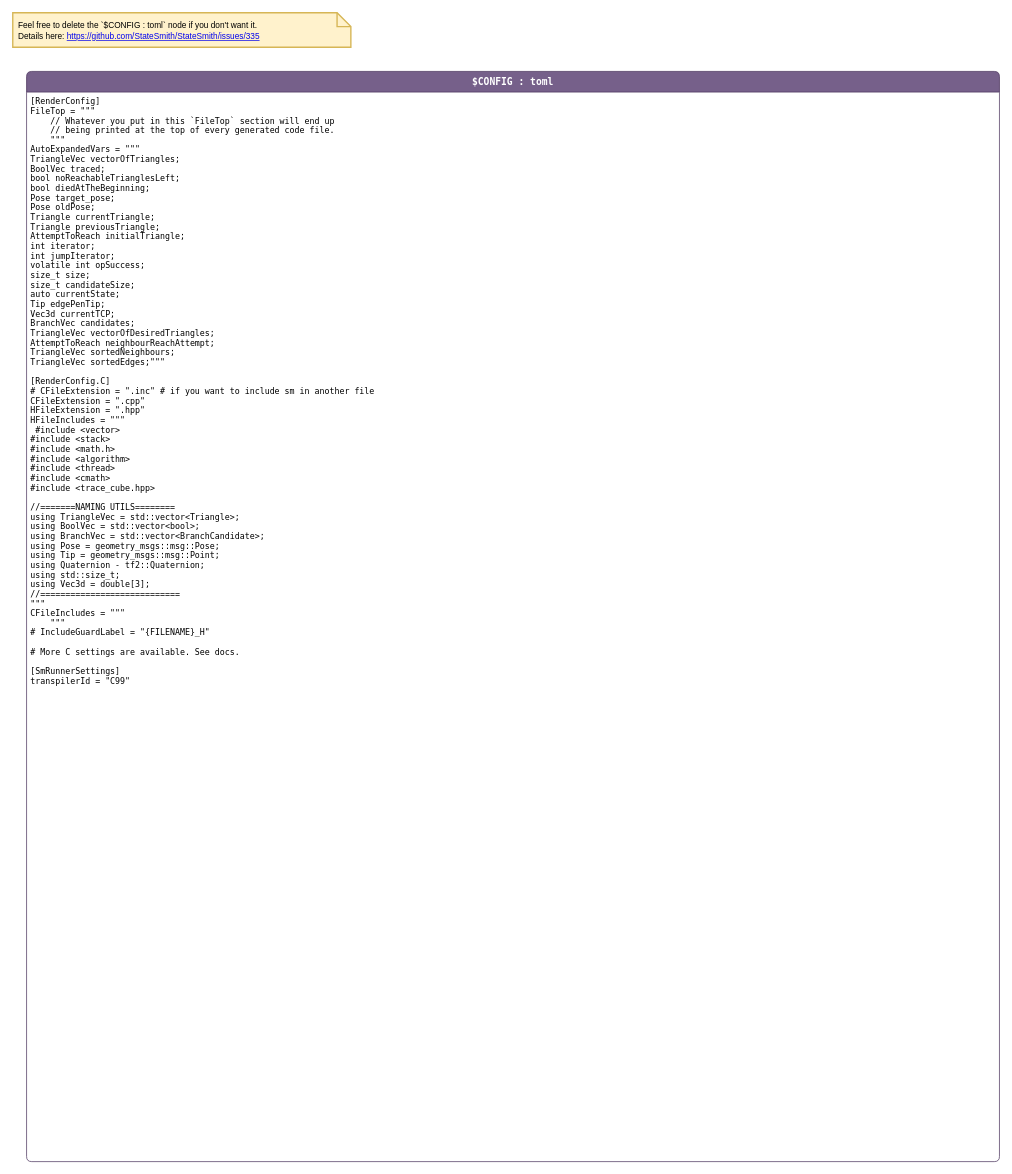
This is page "config" (2 of 3) of stateMachineIKU/tracingStateMachine.drawio from shauryachanana/ur5e_surface_path, a draw.io file, before an edit. Source tidied: cells renumbered, new cells numbered last; positions are measured from the earlier drawing's top-left corner, leaving out a move shared by most shapes. Both pictures are drawn from the tidied source at 69%, with x=0, y=0 at pixel (12, 12).
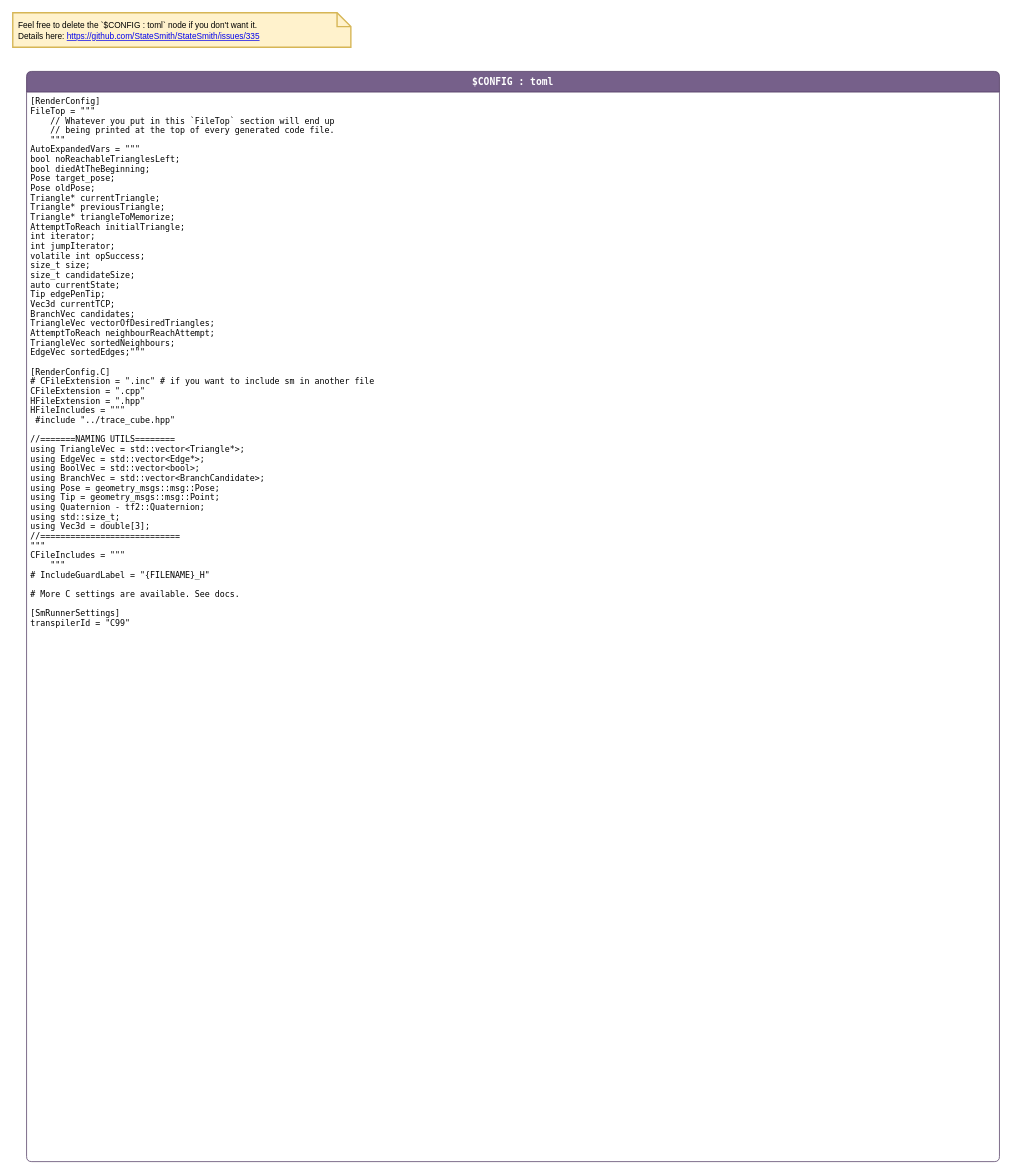
Above is the later version.

What changed in the source:
```diff
@@
 <mxGraphModel>
   <root>
     <mxCell id="0" />
     <mxCell id="1" parent="0" />
     <mxCell id="2" value="$CONFIG : toml" style="shape=swimlane;align=center;verticalAlign=top;fontFamily=Lucida Console;startSize=30;fontSize=14;fontStyle=1;swimlaneFillColor=default;rounded=1;arcSize=15;absoluteArcSize=1;fillColor=#76608a;strokeColor=#432D57;fontColor=#ffffff;" parent="1" vertex="1">
       <mxGeometry x="20" y="85" width="1410" height="1580" as="geometry" />
     </mxCell>
-    <mxCell id="3" value="[RenderConfig]&#10;FileTop = &quot;&quot;&quot;&#10;    // Whatever you put in this `FileTop` section will end up &#10;    // being printed at the top of every generated code file.&#10;    &quot;&quot;&quot;&#10;AutoExpandedVars = &quot;&quot;&quot;&#10;    TriangleVec vectorOfTriangles; &#10;    BoolVec traced; &#10;    bool noReachableTrianglesLeft;&#10;bool diedAtTheBeginning;&#10;    Pose target_pose; &#10;    Pose oldPose;&#10;    Triangle currentTriangle;&#10;    Triangle previousTriangle;&#10;    AttemptToReach initialTriangle;&#10;    int iterator;&#10;int jumpIterator;&#10;volatile int opSuccess;&#10;    size_t size;&#10;size_t candidateSize;&#10;auto currentState;&#10;    Tip edgePenTip;&#10;    Vec3d currentTCP; &#10;    BranchVec candidates;&#10;    TriangleVec vectorOfDesiredTriangles; &#10;AttemptToReach neighbourReachAttempt;&#10;TriangleVec sortedNeighbours;&#10;TriangleVec sortedEdges;&quot;&quot;&quot;&#10;&#10;[RenderConfig.C]&#10;# CFileExtension = &quot;.inc&quot; # if you want to include sm in another file&#10;CFileExtension = &quot;.cpp&quot;&#10;HFileExtension = &quot;.hpp&quot;&#10;HFileIncludes = &quot;&quot;&quot;&#10; #include &lt;vector&gt;&#10;#include &lt;stack&gt;&#10;#include &lt;math.h&gt;&#10;#include &lt;algorithm&gt;&#10;#include &lt;thread&gt;&#10;#include &lt;cmath&gt;   &#10;#include &lt;trace_cube.hpp&gt;&#10;&#10;//=======NAMING UTILS========&#10;using TriangleVec = std::vector&lt;Triangle&gt;;&#10;using BoolVec = std::vector&lt;bool&gt;;&#10;using BranchVec = std::vector&lt;BranchCandidate&gt;;&#10;using Pose = geometry_msgs::msg::Pose;&#10;using Tip = geometry_msgs::msg::Point;&#10;using Quaternion - tf2::Quaternion;&#10;using std::size_t;&#10;using Vec3d = double[3];&#10;//============================&#10;&quot;&quot;&quot;&#10;CFileIncludes = &quot;&quot;&quot;&#10;    &quot;&quot;&quot;&#10;# IncludeGuardLabel = &quot;{FILENAME}_H&quot;&#10;&#10;# More C settings are available. See docs.&#10;&#10;[SmRunnerSettings]&#10;transpilerId = &quot;C99&quot;" style="fontFamily=Lucida Console;align=left;verticalAlign=top;fillColor=none;gradientColor=none;strokeColor=none;rounded=0;spacingLeft=4;" parent="2" vertex="1">
-      <mxGeometry y="30" width="350" height="890" as="geometry" />
+    <mxCell id="3" value="[RenderConfig]&#10;FileTop = &quot;&quot;&quot;&#10;    // Whatever you put in this `FileTop` section will end up &#10;    // being printed at the top of every generated code file.&#10;    &quot;&quot;&quot;&#10;AutoExpandedVars = &quot;&quot;&quot;&#10;    bool noReachableTrianglesLeft;&#10;bool diedAtTheBeginning;&#10;    Pose target_pose; &#10;    Pose oldPose;&#10;    Triangle* currentTriangle;&#10;    Triangle* previousTriangle;&#10;Triangle* triangleToMemorize;&#10;    AttemptToReach initialTriangle;&#10;    int iterator;&#10;int jumpIterator;&#10;volatile int opSuccess;&#10;    size_t size;&#10;size_t candidateSize;&#10;auto currentState;&#10;    Tip edgePenTip;&#10;    Vec3d currentTCP; &#10;    BranchVec candidates;&#10;    TriangleVec vectorOfDesiredTriangles; &#10;AttemptToReach neighbourReachAttempt;&#10;TriangleVec sortedNeighbours;&#10;EdgeVec sortedEdges;&quot;&quot;&quot;&#10;&#10;[RenderConfig.C]&#10;# CFileExtension = &quot;.inc&quot; # if you want to include sm in another file&#10;CFileExtension = &quot;.cpp&quot;&#10;HFileExtension = &quot;.hpp&quot;&#10;HFileIncludes = &quot;&quot;&quot;&#10; #include &quot;../trace_cube.hpp&quot;&#10;&#10;//=======NAMING UTILS========&#10;using TriangleVec = std::vector&lt;Triangle*&gt;;&#10;using EdgeVec = std::vector&lt;Edge*&gt;;&#10;using BoolVec = std::vector&lt;bool&gt;;&#10;using BranchVec = std::vector&lt;BranchCandidate&gt;;&#10;using Pose = geometry_msgs::msg::Pose;&#10;using Tip = geometry_msgs::msg::Point;&#10;using Quaternion - tf2::Quaternion;&#10;using std::size_t;&#10;using Vec3d = double[3];&#10;//============================&#10;&quot;&quot;&quot;&#10;CFileIncludes = &quot;&quot;&quot;&#10;    &quot;&quot;&quot;&#10;# IncludeGuardLabel = &quot;{FILENAME}_H&quot;&#10;&#10;# More C settings are available. See docs.&#10;&#10;[SmRunnerSettings]&#10;transpilerId = &quot;C99&quot;" style="fontFamily=Lucida Console;align=left;verticalAlign=top;fillColor=none;gradientColor=none;strokeColor=none;rounded=0;spacingLeft=4;" parent="2" vertex="1">
+      <mxGeometry y="30" width="350" height="800" as="geometry" />
     </mxCell>
     <mxCell id="4" value="&lt;span style=&quot;color: rgb(0, 0, 0); font-size: 12px;&quot;&gt;Feel free to delete the `$CONFIG : toml` node if you don't want it.&lt;/span&gt;&lt;br style=&quot;color: rgb(0, 0, 0); font-size: 12px;&quot;&gt;&lt;span style=&quot;color: rgb(0, 0, 0); font-size: 12px;&quot;&gt;Details here:&amp;nbsp;&lt;/span&gt;&lt;a style=&quot;font-size: 12px;&quot; href=&quot;https://github.com/StateSmith/StateSmith/issues/335&quot;&gt;https://github.com/StateSmith/StateSmith/issues/335&lt;/a&gt;" style="shape=note;strokeWidth=2;fontSize=14;size=20;whiteSpace=wrap;html=1;fillColor=#fff2cc;strokeColor=#d6b656;fontColor=#2B2B00;align=left;spacingLeft=6;" parent="1" vertex="1">
       <mxGeometry width="490" height="50" as="geometry" />
     </mxCell>
   </root>
 </mxGraphModel>
```
